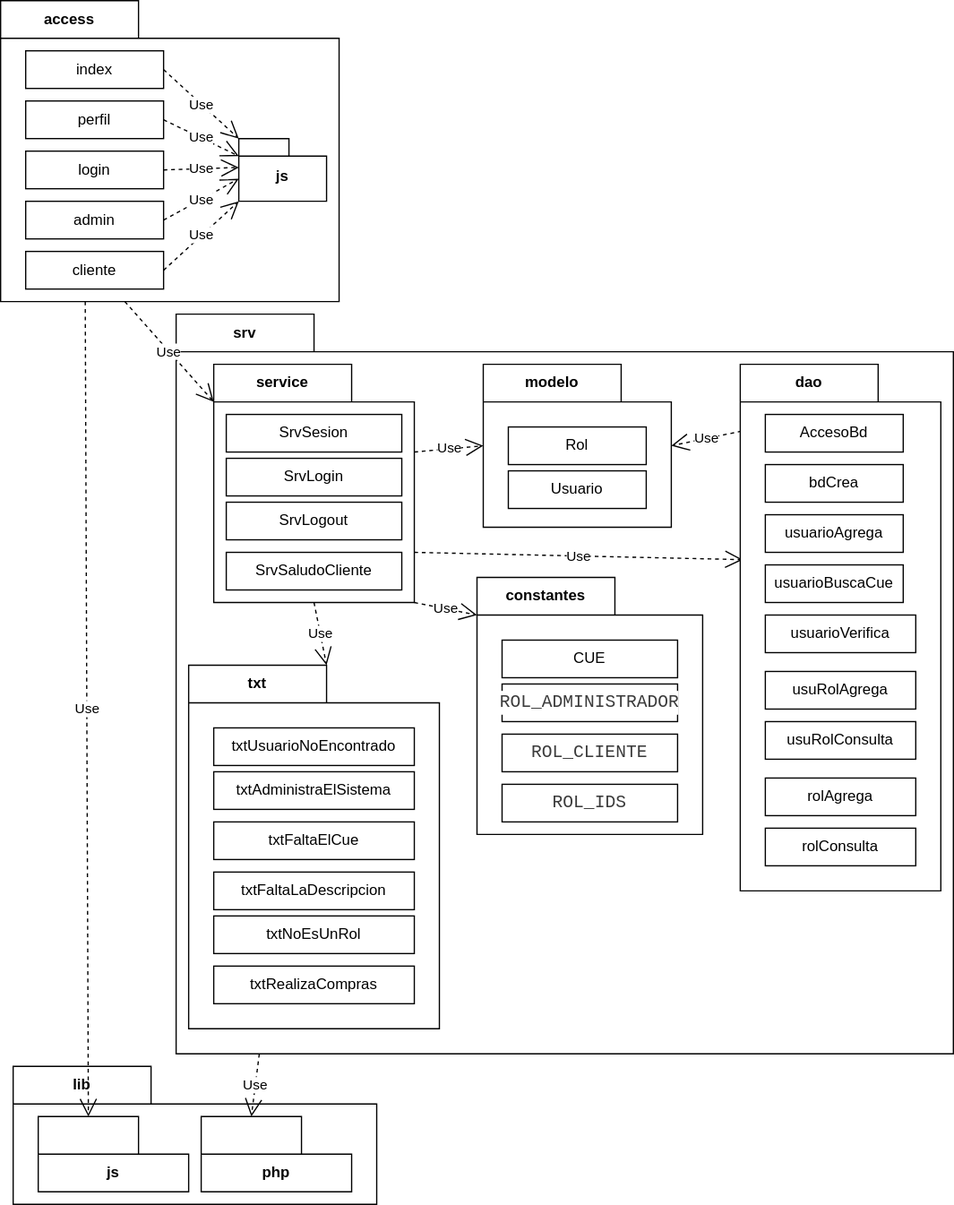
Earlier version of the draw.io export docs/img/m19aut/autpaquetes.drawio.svg (gilpgawoas/gilpgawoas.github.io). Source tidied: cells renumbered, new cells last; positions are measured from the earlier drawing's top-left corner, leaving out a move shared by most shapes.
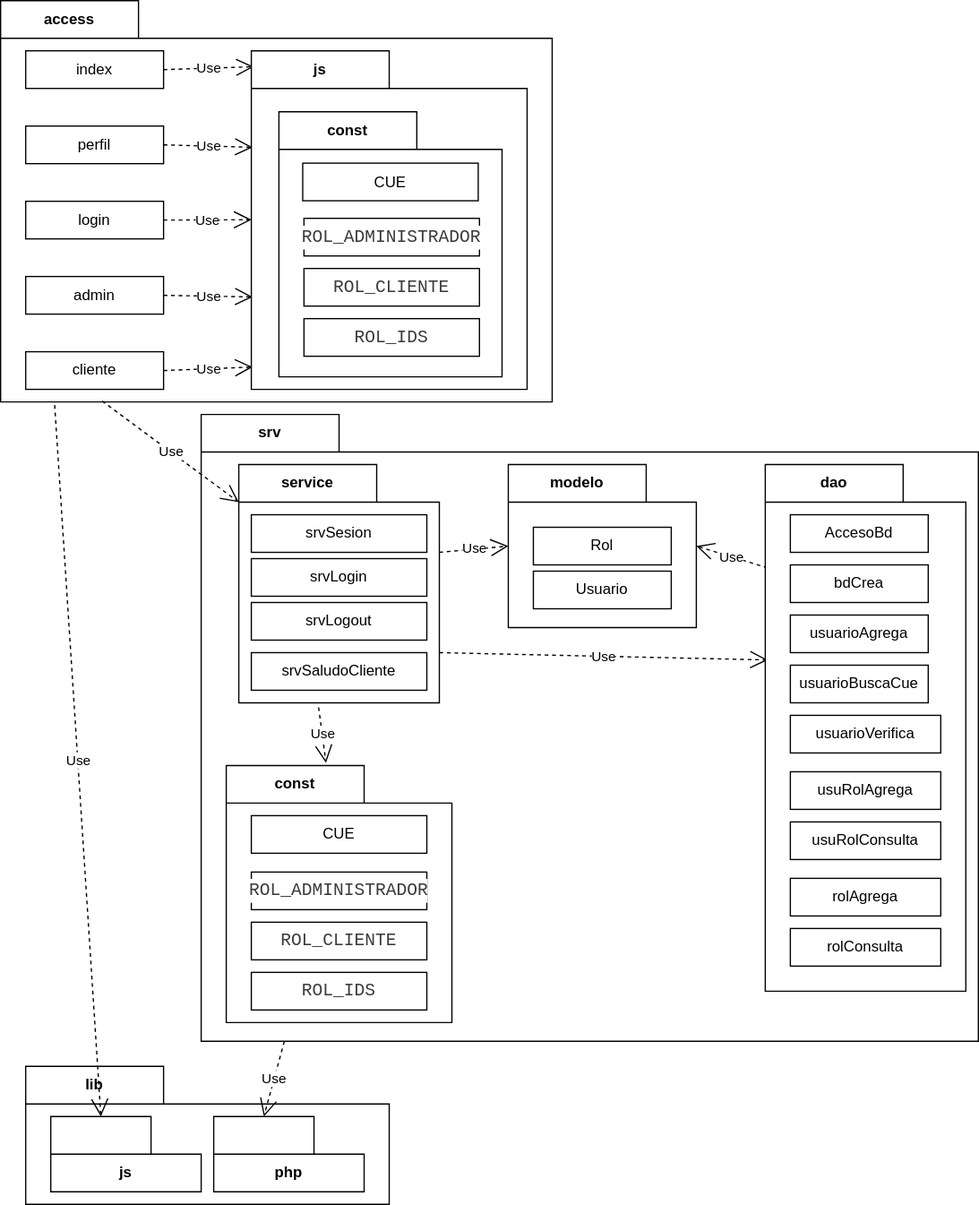
After the commit.

Change to the diagram source:
```diff
@@ -3,7 +3,7 @@
     <mxCell id="0" />
     <mxCell id="1" parent="0" />
     <mxCell id="2" value="lib" style="shape=folder;fontStyle=1;tabWidth=110;tabHeight=30;tabPosition=left;html=1;boundedLbl=1;labelInHeader=1;whiteSpace=wrap;" parent="1" vertex="1">
-      <mxGeometry x="10" y="850" width="290" height="110" as="geometry" />
+      <mxGeometry x="20" y="850" width="290" height="110" as="geometry" />
     </mxCell>
     <mxCell id="3" value="js" style="shape=folder;fontStyle=1;tabWidth=80;tabHeight=30;tabPosition=left;html=1;boundedLbl=1;whiteSpace=wrap;" parent="2" vertex="1">
       <mxGeometry x="20" y="40" width="120" height="60" as="geometry" />
@@ -12,7 +12,7 @@
       <mxGeometry x="150" y="40" width="120" height="60" as="geometry" />
     </mxCell>
     <mxCell id="5" value="access" style="shape=folder;fontStyle=1;tabWidth=110;tabHeight=30;tabPosition=left;html=1;boundedLbl=1;labelInHeader=1;whiteSpace=wrap;" parent="1" vertex="1">
-      <mxGeometry width="270" height="240" as="geometry" />
+      <mxGeometry width="440" height="320" as="geometry" />
     </mxCell>
     <mxCell id="6" value="index" style="html=1;whiteSpace=wrap;" parent="5" vertex="1">
       <mxGeometry width="110" height="30" relative="1" as="geometry">
@@ -21,101 +21,96 @@
     </mxCell>
     <mxCell id="7" value="perfil" style="html=1;whiteSpace=wrap;" parent="5" vertex="1">
       <mxGeometry width="110" height="30" relative="1" as="geometry">
-        <mxPoint x="20" y="80" as="offset" />
+        <mxPoint x="20" y="100" as="offset" />
       </mxGeometry>
     </mxCell>
     <mxCell id="8" value="login" style="html=1;whiteSpace=wrap;" parent="5" vertex="1">
       <mxGeometry width="110" height="30" relative="1" as="geometry">
-        <mxPoint x="20" y="120" as="offset" />
+        <mxPoint x="20" y="160" as="offset" />
       </mxGeometry>
     </mxCell>
     <mxCell id="9" value="admin" style="html=1;whiteSpace=wrap;" parent="5" vertex="1">
       <mxGeometry width="110" height="30" relative="1" as="geometry">
-        <mxPoint x="20" y="160" as="offset" />
+        <mxPoint x="20" y="220" as="offset" />
       </mxGeometry>
     </mxCell>
     <mxCell id="10" value="cliente" style="html=1;whiteSpace=wrap;" parent="5" vertex="1">
       <mxGeometry width="110" height="30" relative="1" as="geometry">
-        <mxPoint x="20" y="200" as="offset" />
+        <mxPoint x="20" y="280" as="offset" />
       </mxGeometry>
     </mxCell>
-    <mxCell id="11" value="js" style="shape=folder;fontStyle=1;spacingTop=10;tabWidth=40;tabHeight=14;tabPosition=left;html=1;whiteSpace=wrap;" parent="5" vertex="1">
-      <mxGeometry x="190" y="110" width="70" height="50" as="geometry" />
-    </mxCell>
-    <mxCell id="12" value="Use" style="endArrow=open;endSize=12;dashed=1;html=1;rounded=0;exitX=1;exitY=0.5;exitDx=0;exitDy=0;entryX=0;entryY=0;entryDx=0;entryDy=23;entryPerimeter=0;" parent="5" edge="1" source="8" target="11">
+    <mxCell id="12" value="Use" style="endArrow=open;endSize=12;dashed=1;html=1;rounded=0;exitX=1;exitY=0.5;exitDx=0;exitDy=0;entryX=0.001;entryY=0.499;entryDx=0;entryDy=0;entryPerimeter=0;" parent="5" edge="1" source="8" target="11">
       <mxGeometry relative="1" as="geometry" />
     </mxCell>
-    <mxCell id="13" value="Use" style="endArrow=open;endSize=12;dashed=1;html=1;rounded=0;exitX=1;exitY=0.5;exitDx=0;exitDy=0;entryX=0;entryY=0;entryDx=0;entryDy=14;entryPerimeter=0;" parent="5" edge="1" source="7" target="11">
+    <mxCell id="13" value="Use" style="endArrow=open;endSize=12;dashed=1;html=1;rounded=0;exitX=1;exitY=0.5;exitDx=0;exitDy=0;entryX=0.005;entryY=0.285;entryDx=0;entryDy=0;entryPerimeter=0;" parent="5" edge="1" source="7" target="11">
       <mxGeometry relative="1" as="geometry" />
     </mxCell>
-    <mxCell id="14" value="Use" style="endArrow=open;endSize=12;dashed=1;html=1;rounded=0;exitX=1;exitY=0.5;exitDx=0;exitDy=0;entryX=0;entryY=0;entryDx=0;entryDy=0;entryPerimeter=0;" parent="5" edge="1" source="6" target="11">
+    <mxCell id="14" value="Use" style="endArrow=open;endSize=12;dashed=1;html=1;rounded=0;exitX=1;exitY=0.5;exitDx=0;exitDy=0;entryX=0.009;entryY=0.047;entryDx=0;entryDy=0;entryPerimeter=0;" parent="5" edge="1" source="6" target="11">
       <mxGeometry relative="1" as="geometry" />
     </mxCell>
-    <mxCell id="15" value="Use" style="endArrow=open;endSize=12;dashed=1;html=1;rounded=0;exitX=1;exitY=0.5;exitDx=0;exitDy=0;entryX=0;entryY=0;entryDx=0;entryDy=32;entryPerimeter=0;" parent="5" edge="1" source="9" target="11">
+    <mxCell id="15" value="Use" style="endArrow=open;endSize=12;dashed=1;html=1;rounded=0;exitX=1;exitY=0.5;exitDx=0;exitDy=0;entryX=0.005;entryY=0.727;entryDx=0;entryDy=0;entryPerimeter=0;" parent="5" edge="1" source="9" target="11">
       <mxGeometry relative="1" as="geometry" />
     </mxCell>
-    <mxCell id="16" value="Use" style="endArrow=open;endSize=12;dashed=1;html=1;rounded=0;exitX=1;exitY=0.5;exitDx=0;exitDy=0;entryX=0;entryY=0;entryDx=0;entryDy=50;entryPerimeter=0;" parent="5" edge="1" source="10" target="11">
+    <mxCell id="16" value="Use" style="endArrow=open;endSize=12;dashed=1;html=1;rounded=0;exitX=1;exitY=0.5;exitDx=0;exitDy=0;entryX=0.005;entryY=0.934;entryDx=0;entryDy=0;entryPerimeter=0;" parent="5" edge="1" source="10" target="11">
       <mxGeometry relative="1" as="geometry" />
     </mxCell>
+    <mxCell id="11" value="js" style="shape=folder;fontStyle=1;tabWidth=110;tabHeight=30;tabPosition=left;html=1;boundedLbl=1;labelInHeader=1;whiteSpace=wrap;" parent="5" vertex="1">
+      <mxGeometry x="200" y="40" width="220" height="270" as="geometry" />
+    </mxCell>
+    <mxCell id="56" style="html=1;strokeColor=none;fillColor=none;whiteSpace=wrap;" parent="11" vertex="1">
+      <mxGeometry width="165" height="75.6" relative="1" as="geometry">
+        <mxPoint y="30" as="offset" />
+      </mxGeometry>
+    </mxCell>
+    <mxCell id="57" value="const" style="shape=folder;fontStyle=1;tabWidth=110;tabHeight=30;tabPosition=left;html=1;boundedLbl=1;labelInHeader=1;whiteSpace=wrap;" parent="11" vertex="1">
+      <mxGeometry x="22" y="48.6" width="178" height="211.4" as="geometry" />
+    </mxCell>
+    <mxCell id="58" value="CUE" style="html=1;whiteSpace=wrap;" parent="57" vertex="1">
+      <mxGeometry width="140" height="30" relative="1" as="geometry">
+        <mxPoint x="19" y="41" as="offset" />
+      </mxGeometry>
+    </mxCell>
+    <mxCell id="59" value="&lt;div style=&quot;color: rgb(59, 59, 59); background-color: rgb(255, 255, 255); font-family: Consolas, &amp;quot;Courier New&amp;quot;, monospace; font-size: 14px; line-height: 19px;&quot;&gt;ROL_ADMINISTRADOR&lt;/div&gt;" style="html=1;whiteSpace=wrap;" parent="57" vertex="1">
+      <mxGeometry width="140" height="30" relative="1" as="geometry">
+        <mxPoint x="20" y="85" as="offset" />
+      </mxGeometry>
+    </mxCell>
+    <mxCell id="60" value="&lt;div style=&quot;color: rgb(59, 59, 59); background-color: rgb(255, 255, 255); font-family: Consolas, &amp;quot;Courier New&amp;quot;, monospace; font-size: 14px; line-height: 19px;&quot;&gt;ROL_CLIENTE&lt;/div&gt;" style="html=1;whiteSpace=wrap;" parent="57" vertex="1">
+      <mxGeometry width="140" height="30" relative="1" as="geometry">
+        <mxPoint x="20" y="125" as="offset" />
+      </mxGeometry>
+    </mxCell>
+    <mxCell id="61" value="&lt;div style=&quot;color: rgb(59, 59, 59); background-color: rgb(255, 255, 255); font-family: Consolas, &amp;quot;Courier New&amp;quot;, monospace; font-size: 14px; line-height: 19px;&quot;&gt;&lt;div style=&quot;line-height: 19px;&quot;&gt;ROL_IDS&lt;/div&gt;&lt;/div&gt;" style="html=1;whiteSpace=wrap;" parent="57" vertex="1">
+      <mxGeometry width="140" height="30" relative="1" as="geometry">
+        <mxPoint x="20" y="165" as="offset" />
+      </mxGeometry>
+    </mxCell>
     <mxCell id="17" value="srv" style="shape=folder;fontStyle=1;tabWidth=110;tabHeight=30;tabPosition=left;html=1;boundedLbl=1;labelInHeader=1;whiteSpace=wrap;" parent="1" vertex="1">
-      <mxGeometry x="140" y="250" width="620" height="590" as="geometry" />
+      <mxGeometry x="160" y="330" width="620" height="500" as="geometry" />
     </mxCell>
     <mxCell id="18" value="service" style="shape=folder;fontStyle=1;tabWidth=110;tabHeight=30;tabPosition=left;html=1;boundedLbl=1;labelInHeader=1;whiteSpace=wrap;" parent="17" vertex="1">
       <mxGeometry x="30" y="40" width="160" height="190" as="geometry" />
     </mxCell>
-    <mxCell id="19" value="SrvSesion" style="html=1;whiteSpace=wrap;" parent="18" vertex="1">
+    <mxCell id="19" value="srvSesion" style="html=1;whiteSpace=wrap;" parent="18" vertex="1">
       <mxGeometry width="140" height="30" relative="1" as="geometry">
         <mxPoint x="10" y="40" as="offset" />
       </mxGeometry>
     </mxCell>
-    <mxCell id="20" value="SrvLogin" style="html=1;whiteSpace=wrap;" parent="18" vertex="1">
+    <mxCell id="20" value="srvLogin" style="html=1;whiteSpace=wrap;" parent="18" vertex="1">
       <mxGeometry width="140" height="30" relative="1" as="geometry">
         <mxPoint x="10" y="75" as="offset" />
       </mxGeometry>
     </mxCell>
-    <mxCell id="21" value="SrvLogout" style="html=1;whiteSpace=wrap;" parent="18" vertex="1">
+    <mxCell id="21" value="srvLogout" style="html=1;whiteSpace=wrap;" parent="18" vertex="1">
       <mxGeometry width="140" height="30" relative="1" as="geometry">
         <mxPoint x="10" y="110" as="offset" />
       </mxGeometry>
     </mxCell>
-    <mxCell id="22" value="SrvSaludoCliente" style="html=1;whiteSpace=wrap;" parent="18" vertex="1">
+    <mxCell id="22" value="srvSaludoCliente" style="html=1;whiteSpace=wrap;" parent="18" vertex="1">
       <mxGeometry width="140" height="30" relative="1" as="geometry">
         <mxPoint x="10" y="150" as="offset" />
       </mxGeometry>
     </mxCell>
-    <mxCell id="23" value="txt" style="shape=folder;fontStyle=1;tabWidth=110;tabHeight=30;tabPosition=left;html=1;boundedLbl=1;labelInHeader=1;whiteSpace=wrap;" parent="17" vertex="1">
-      <mxGeometry x="10" y="280" width="200" height="290" as="geometry" />
-    </mxCell>
-    <mxCell id="24" value="txtUsuarioNoEncontrado" style="html=1;whiteSpace=wrap;" parent="23" vertex="1">
-      <mxGeometry width="160" height="30" relative="1" as="geometry">
-        <mxPoint x="20" y="50" as="offset" />
-      </mxGeometry>
-    </mxCell>
-    <mxCell id="25" value="txtAdministraElSistema" style="html=1;whiteSpace=wrap;" parent="23" vertex="1">
-      <mxGeometry width="160" height="30" relative="1" as="geometry">
-        <mxPoint x="20" y="85" as="offset" />
-      </mxGeometry>
-    </mxCell>
-    <mxCell id="26" value="txtFaltaElCue" style="html=1;whiteSpace=wrap;" parent="23" vertex="1">
-      <mxGeometry width="160" height="30" relative="1" as="geometry">
-        <mxPoint x="20" y="125" as="offset" />
-      </mxGeometry>
-    </mxCell>
-    <mxCell id="27" value="txtFaltaLaDescripcion" style="html=1;whiteSpace=wrap;" parent="23" vertex="1">
-      <mxGeometry width="160" height="30" relative="1" as="geometry">
-        <mxPoint x="20" y="165" as="offset" />
-      </mxGeometry>
-    </mxCell>
-    <mxCell id="28" value="txtNoEsUnRol" style="html=1;whiteSpace=wrap;" parent="23" vertex="1">
-      <mxGeometry width="160" height="30" relative="1" as="geometry">
-        <mxPoint x="20" y="200" as="offset" />
-      </mxGeometry>
-    </mxCell>
-    <mxCell id="29" value="txtRealizaCompras" style="html=1;whiteSpace=wrap;" parent="23" vertex="1">
-      <mxGeometry width="160" height="30" relative="1" as="geometry">
-        <mxPoint x="20" y="240" as="offset" />
-      </mxGeometry>
-    </mxCell>
     <mxCell id="30" value="modelo" style="shape=folder;fontStyle=1;tabWidth=110;tabHeight=30;tabPosition=left;html=1;boundedLbl=1;labelInHeader=1;whiteSpace=wrap;" parent="17" vertex="1">
       <mxGeometry x="245" y="40" width="150" height="130" as="geometry" />
     </mxCell>
@@ -129,7 +124,7 @@
         <mxPoint x="20" y="85" as="offset" />
       </mxGeometry>
     </mxCell>
-    <mxCell id="33" value="Use" style="endArrow=open;endSize=12;dashed=1;html=1;rounded=0;entryX=0;entryY=0;entryDx=150;entryDy=65;entryPerimeter=0;exitX=0.006;exitY=0.127;exitDx=0;exitDy=0;exitPerimeter=0;" parent="17" edge="1" source="37" target="30">
+    <mxCell id="33" value="Use" style="endArrow=open;endSize=12;dashed=1;html=1;rounded=0;entryX=0;entryY=0;entryDx=150;entryDy=65;entryPerimeter=0;exitX=0.011;exitY=0.196;exitDx=0;exitDy=0;exitPerimeter=0;" parent="17" edge="1" source="37" target="30">
       <mxGeometry relative="1" as="geometry" />
     </mxCell>
     <mxCell id="34" value="Use" style="endArrow=open;endSize=12;dashed=1;html=1;rounded=0;entryX=0;entryY=0;entryDx=0;entryDy=65;entryPerimeter=0;exitX=0;exitY=0;exitDx=160;exitDy=70;exitPerimeter=0;" parent="17" edge="1" source="18" target="30">
@@ -138,9 +133,6 @@
     <mxCell id="35" value="Use" style="endArrow=open;endSize=12;dashed=1;html=1;rounded=0;entryX=0.013;entryY=0.371;entryDx=0;entryDy=0;entryPerimeter=0;exitX=0;exitY=0;exitDx=160;exitDy=150;exitPerimeter=0;" parent="17" edge="1" source="18" target="37">
       <mxGeometry relative="1" as="geometry" />
     </mxCell>
-    <mxCell id="36" value="Use" style="endArrow=open;endSize=12;dashed=1;html=1;rounded=0;entryX=0;entryY=0;entryDx=110;entryDy=0;entryPerimeter=0;exitX=0.5;exitY=1;exitDx=0;exitDy=0;exitPerimeter=0;" parent="17" edge="1" source="18" target="23">
-      <mxGeometry relative="1" as="geometry" />
-    </mxCell>
     <mxCell id="37" value="dao" style="shape=folder;fontStyle=1;tabWidth=110;tabHeight=30;tabPosition=left;html=1;boundedLbl=1;labelInHeader=1;whiteSpace=wrap;" parent="17" vertex="1">
       <mxGeometry x="450" y="40" width="160" height="420" as="geometry" />
     </mxCell>
@@ -189,12 +181,12 @@
         <mxPoint x="20" y="285" as="offset" />
       </mxGeometry>
     </mxCell>
-    <mxCell id="47" value="constantes" style="shape=folder;fontStyle=1;tabWidth=110;tabHeight=30;tabPosition=left;html=1;boundedLbl=1;labelInHeader=1;whiteSpace=wrap;" parent="17" vertex="1">
-      <mxGeometry x="240" y="210" width="180" height="205" as="geometry" />
+    <mxCell id="47" value="const" style="shape=folder;fontStyle=1;tabWidth=110;tabHeight=30;tabPosition=left;html=1;boundedLbl=1;labelInHeader=1;whiteSpace=wrap;" parent="17" vertex="1">
+      <mxGeometry x="20" y="280" width="180" height="205" as="geometry" />
     </mxCell>
     <mxCell id="48" value="CUE" style="html=1;whiteSpace=wrap;" parent="47" vertex="1">
       <mxGeometry width="140" height="30" relative="1" as="geometry">
-        <mxPoint x="20" y="50" as="offset" />
+        <mxPoint x="20" y="40" as="offset" />
       </mxGeometry>
     </mxCell>
     <mxCell id="49" value="&lt;div style=&quot;color: rgb(59, 59, 59); background-color: rgb(255, 255, 255); font-family: Consolas, &amp;quot;Courier New&amp;quot;, monospace; font-size: 14px; line-height: 19px;&quot;&gt;ROL_ADMINISTRADOR&lt;/div&gt;" style="html=1;whiteSpace=wrap;" parent="47" vertex="1">
@@ -212,13 +204,13 @@
         <mxPoint x="20" y="165" as="offset" />
       </mxGeometry>
     </mxCell>
-    <mxCell id="52" value="Use" style="endArrow=open;endSize=12;dashed=1;html=1;rounded=0;exitX=0;exitY=0;exitDx=160;exitDy=190;exitPerimeter=0;entryX=0;entryY=0;entryDx=0;entryDy=30;entryPerimeter=0;" parent="17" edge="1" source="18" target="47">
+    <mxCell id="52" value="Use" style="endArrow=open;endSize=12;dashed=1;html=1;rounded=0;exitX=0.398;exitY=1.019;exitDx=0;exitDy=0;exitPerimeter=0;entryX=0.442;entryY=-0.01;entryDx=0;entryDy=0;entryPerimeter=0;" parent="17" edge="1" source="18" target="47">
       <mxGeometry relative="1" as="geometry" />
     </mxCell>
-    <mxCell id="53" value="Use" style="endArrow=open;endSize=12;dashed=1;html=1;rounded=0;exitX=0.367;exitY=1;exitDx=0;exitDy=0;exitPerimeter=0;entryX=0;entryY=0;entryDx=0;entryDy=30;entryPerimeter=0;" parent="1" edge="1" source="5" target="18">
+    <mxCell id="53" value="Use" style="endArrow=open;endSize=12;dashed=1;html=1;rounded=0;exitX=0.184;exitY=0.998;exitDx=0;exitDy=0;exitPerimeter=0;entryX=0;entryY=0;entryDx=0;entryDy=30;entryPerimeter=0;" parent="1" edge="1" source="5" target="18">
       <mxGeometry relative="1" as="geometry" />
     </mxCell>
-    <mxCell id="54" value="Use" style="endArrow=open;endSize=12;dashed=1;html=1;rounded=0;entryX=0;entryY=0;entryDx=40;entryDy=0;entryPerimeter=0;exitX=0.25;exitY=1;exitDx=0;exitDy=0;exitPerimeter=0;" parent="1" edge="1" source="5" target="3">
+    <mxCell id="54" value="Use" style="endArrow=open;endSize=12;dashed=1;html=1;rounded=0;entryX=0;entryY=0;entryDx=40;entryDy=0;entryPerimeter=0;exitX=0.098;exitY=1.008;exitDx=0;exitDy=0;exitPerimeter=0;" parent="1" edge="1" source="5" target="3">
       <mxGeometry relative="1" as="geometry" />
     </mxCell>
     <mxCell id="55" value="Use" style="endArrow=open;endSize=12;dashed=1;html=1;rounded=0;entryX=0;entryY=0;entryDx=40;entryDy=0;entryPerimeter=0;exitX=0.107;exitY=1;exitDx=0;exitDy=0;exitPerimeter=0;" parent="1" edge="1" source="17" target="4">
```
